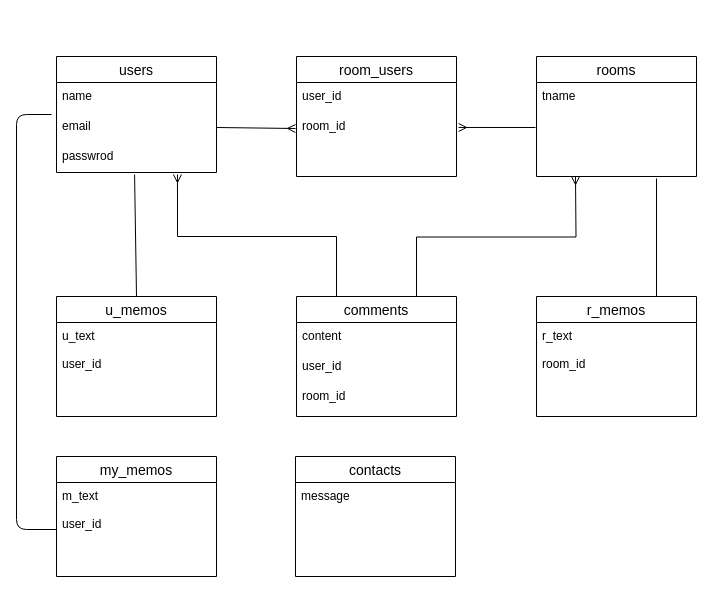
fulu90/orgapp-32903 keeps this draw.io diagram as orgapp.dio. Above is the earlier version. Source tidied: cells renumbered, new cells numbered last; positions are measured from the earlier drawing's top-left corner, leaving out a move shared by most shapes. Both pictures are drawn from the tidied source at 100%, with x=0, y=0 at pixel (16, 56).
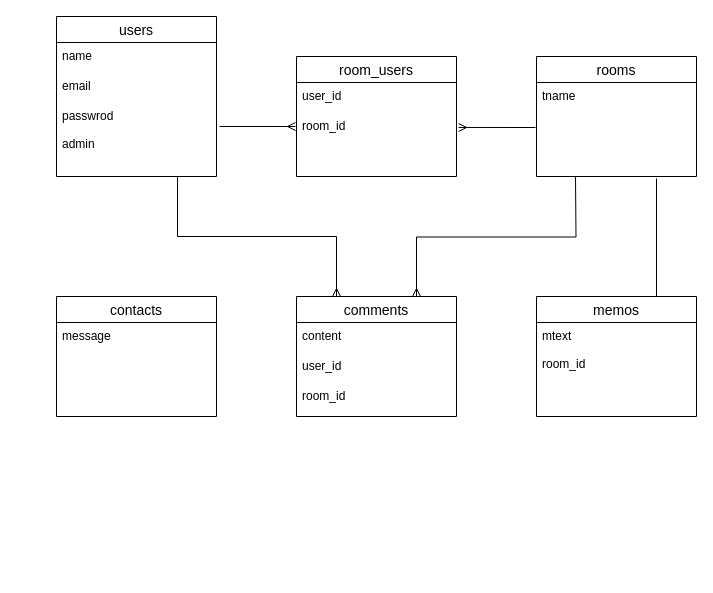
Above is the later version.

Unchanged cells that the change refers to:
```xml
<mxCell id="4" value="email" style="text;strokeColor=none;fillColor=none;spacingLeft=4;spacingRight=4;overflow=hidden;points=[[0,0.5],[1,0.5]];portConstraint=eastwest;fontSize=12;" parent="2" vertex="1">
  <mxGeometry y="56" width="160" height="30" as="geometry" />
</mxCell>
<mxCell id="14" value="room_id" style="text;strokeColor=none;fillColor=none;spacingLeft=4;spacingRight=4;overflow=hidden;points=[[0,0.5],[1,0.5]];portConstraint=eastwest;fontSize=12;" parent="12" vertex="1">
  <mxGeometry y="56" width="160" height="64" as="geometry" />
</mxCell>
<mxCell id="22" value="comments" style="swimlane;fontStyle=0;horizontal=1;startSize=26;align=center;fontSize=14;" parent="1" vertex="1">
  <mxGeometry x="280" y="240" width="160" height="120" as="geometry" />
</mxCell>
```

Diff of the diagram source:
```diff
@@
     <mxCell id="2" value="users" style="swimlane;fontStyle=0;horizontal=1;startSize=26;align=center;fontSize=14;" parent="1" vertex="1">
-      <mxGeometry x="40" width="160" height="116" as="geometry" />
+      <mxGeometry x="40" y="-40" width="160" height="160" as="geometry" />
     </mxCell>
@@
-    <mxCell id="5" value="passwrod" style="text;strokeColor=none;fillColor=none;spacingLeft=4;spacingRight=4;overflow=hidden;points=[[0,0.5],[1,0.5]];portConstraint=eastwest;fontSize=12;" parent="2" vertex="1">
-      <mxGeometry y="86" width="160" height="30" as="geometry" />
+    <mxCell id="5" value="passwrod&#10;&#10;admin" style="text;strokeColor=none;fillColor=none;spacingLeft=4;spacingRight=4;overflow=hidden;points=[[0,0.5],[1,0.5]];portConstraint=eastwest;fontSize=12;" parent="2" vertex="1">
+      <mxGeometry y="86" width="160" height="74" as="geometry" />
     </mxCell>
@@
-    <mxCell id="8" value="u_memos" style="swimlane;fontStyle=0;horizontal=1;startSize=26;align=center;fontSize=14;" parent="1" vertex="1">
-      <mxGeometry x="40" y="240" width="160" height="120" as="geometry" />
-    </mxCell>
-    <mxCell id="9" value="u_text&#10;&#10;user_id" style="text;strokeColor=none;fillColor=none;spacingLeft=4;spacingRight=4;overflow=hidden;fontSize=12;" parent="8" vertex="1">
-      <mxGeometry y="26" width="160" height="94" as="geometry" />
-    </mxCell>
-    <mxCell id="10" value="r_memos" style="swimlane;fontStyle=0;horizontal=1;startSize=26;align=center;fontSize=14;" parent="1" vertex="1">
+    <mxCell id="10" value="memos" style="swimlane;fontStyle=0;horizontal=1;startSize=26;align=center;fontSize=14;" parent="1" vertex="1">
       <mxGeometry x="520" y="240" width="160" height="120" as="geometry" />
     </mxCell>
-    <mxCell id="11" value="r_text&#10;&#10;room_id" style="text;strokeColor=none;fillColor=none;spacingLeft=4;spacingRight=4;overflow=hidden;fontSize=12;" parent="10" vertex="1">
+    <mxCell id="11" value="mtext&#10;&#10;room_id" style="text;strokeColor=none;fillColor=none;spacingLeft=4;spacingRight=4;overflow=hidden;fontSize=12;" parent="10" vertex="1">
       <mxGeometry y="26" width="160" height="94" as="geometry" />
     </mxCell>
@@
-    <mxCell id="15" value="my_memos" style="swimlane;fontStyle=0;horizontal=1;startSize=26;align=center;fontSize=14;" parent="1" vertex="1">
-      <mxGeometry x="40" y="400" width="160" height="120" as="geometry" />
-    </mxCell>
-    <mxCell id="16" value="m_text&#10;&#10;user_id" style="text;strokeColor=none;fillColor=none;spacingLeft=4;spacingRight=4;overflow=hidden;points=[[0,0.5],[1,0.5]];portConstraint=eastwest;fontSize=12;" parent="15" vertex="1">
-      <mxGeometry y="26" width="160" height="94" as="geometry" />
-    </mxCell>
     <mxCell id="17" value="contacts" style="swimlane;fontStyle=0;horizontal=1;startSize=26;align=center;fontSize=14;" parent="1" vertex="1">
-      <mxGeometry x="279" y="400" width="160" height="120" as="geometry" />
+      <mxGeometry x="40" y="240" width="160" height="120" as="geometry" />
     </mxCell>
@@
-    <mxCell id="19" style="fontSize=12;html=1;endArrow=ERmany;exitX=1;exitY=0.5;exitDx=0;exitDy=0;entryX=-0.006;entryY=0.25;entryDx=0;entryDy=0;entryPerimeter=0;" parent="1" edge="1" source="4" target="14">
-      <mxGeometry relative="1" as="geometry" />
+    <mxCell id="19" style="fontSize=12;html=1;endArrow=ERmany;exitX=1.019;exitY=0.324;exitDx=0;exitDy=0;exitPerimeter=0;" parent="1" edge="1" source="5">
+      <mxGeometry relative="1" as="geometry">
+        <mxPoint x="279" y="70" as="targetPoint" />
+      </mxGeometry>
     </mxCell>
@@
-    <mxCell id="21" style="endArrow=none;html=1;rounded=0;exitX=0.488;exitY=1.067;exitDx=0;exitDy=0;exitPerimeter=0;entryX=0.5;entryY=0;entryDx=0;entryDy=0;" parent="1" edge="1" source="5" target="8">
-      <mxGeometry relative="1" as="geometry" />
-    </mxCell>
@@
-    <mxCell id="26" style="endArrow=none;html=1;rounded=0;exitX=0.756;exitY=1.067;exitDx=0;exitDy=0;exitPerimeter=0;entryX=0.25;entryY=0;entryDx=0;entryDy=0;edgeStyle=orthogonalEdgeStyle;endFill=0;startArrow=ERmany;startFill=0;" parent="1" edge="1" source="5" target="22">
+    <mxCell id="26" style="endArrow=ERmany;html=1;rounded=0;entryX=0.25;entryY=0;entryDx=0;entryDy=0;edgeStyle=orthogonalEdgeStyle;endFill=0;startArrow=none;startFill=0;" parent="1" edge="1" target="22">
       <mxGeometry relative="1" as="geometry">
+        <mxPoint x="161" y="120" as="sourcePoint" />
         <Array as="points">
           <mxPoint x="161" y="180" />
           <mxPoint x="320" y="180" />
         </Array>
       </mxGeometry>
     </mxCell>
-    <mxCell id="27" style="endArrow=ERmany;html=1;rounded=0;exitX=0.75;exitY=0;exitDx=0;exitDy=0;edgeStyle=orthogonalEdgeStyle;endFill=0;" parent="1" edge="1" source="22">
+    <mxCell id="27" style="endArrow=none;html=1;rounded=0;exitX=0.75;exitY=0;exitDx=0;exitDy=0;edgeStyle=orthogonalEdgeStyle;endFill=0;startArrow=ERmany;startFill=0;" parent="1" edge="1" source="22">
       <mxGeometry relative="1" as="geometry">
         <mxPoint x="559" y="120" as="targetPoint" />
       </mxGeometry>
     </mxCell>
-    <mxCell id="28" style="fontSize=12;html=1;endArrow=none;entryX=-0.031;entryY=0.067;entryDx=0;entryDy=0;entryPerimeter=0;exitX=0;exitY=0.5;exitDx=0;exitDy=0;edgeStyle=orthogonalEdgeStyle;endFill=0;" parent="1" edge="1" source="16" target="4">
-      <mxGeometry relative="1" as="geometry">
-        <Array as="points">
-          <mxPoint y="473" />
-          <mxPoint y="58" />
-        </Array>
-      </mxGeometry>
-    </mxCell>
```
